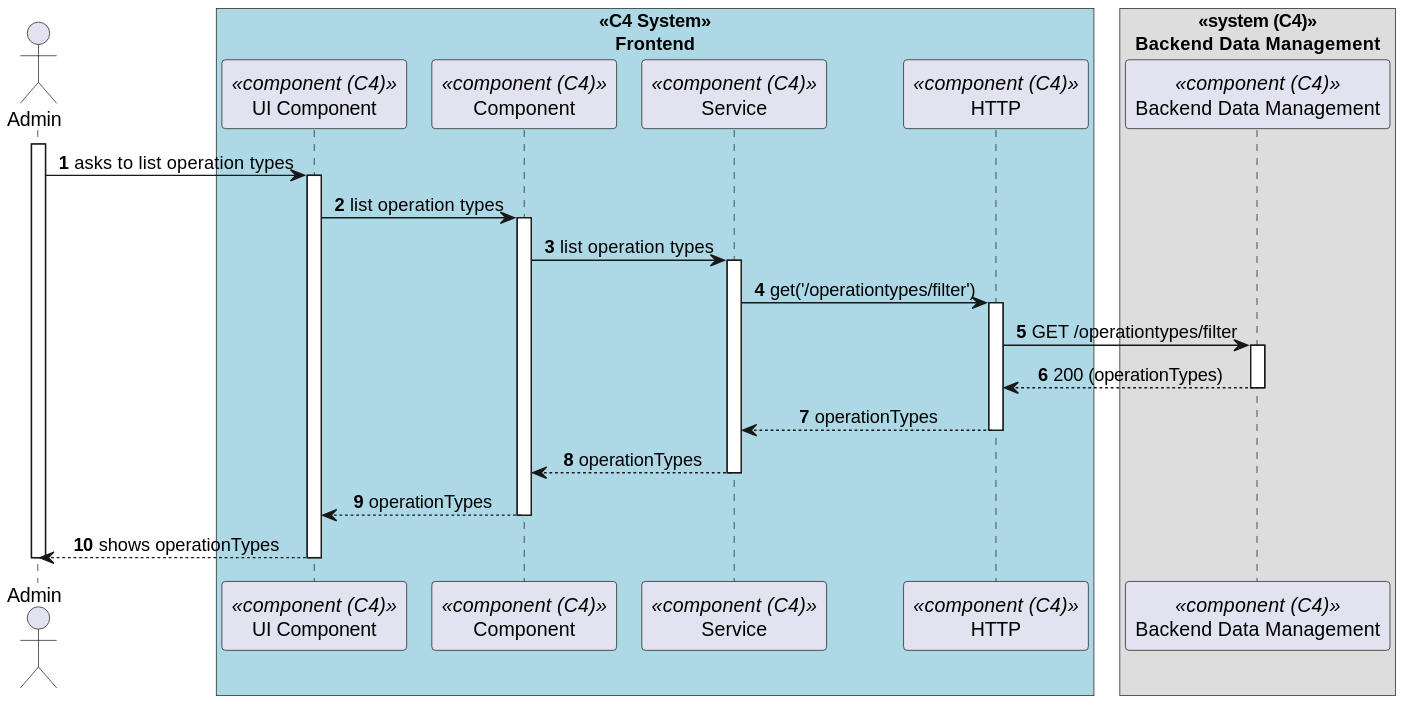
The PlantUML diagram docs/sprint-b/us-6.2.21/views/level3/process-view.svg in 1220846/sem5pi-24-25-3ddg20, before a commit. The source it was exported from:
```plantuml
@startuml
autonumber
skinparam DefaultTextAlignment center
actor Admin as "Admin"
box "<<C4 System>>\nFrontend"#LightBlue
    participant ComponentUI as "UI Component" <<component (C4)>>
    participant Component as "Component" <<component (C4)>>
    participant SRV as "Service" <<component (C4)>>
    participant HTTP as "HTTP" <<component (C4)>>
end box

box "<<system (C4)>>\nBackend Data Management"
  participant BackendDataManagement as "Backend Data Management" <<component (C4)>>
end box

activate Admin

    Admin -> ComponentUI : asks to list operation types

    activate ComponentUI

        ComponentUI -> Component : list operation types

        activate Component

            Component -> SRV : list operation types
            activate SRV

                SRV -> HTTP : get('/operationtypes/filter')

                activate HTTP
                    HTTP -> BackendDataManagement : GET /operationtypes/filter

                    activate BackendDataManagement
                        BackendDataManagement --> HTTP : 200 (operationTypes)
                    deactivate BackendDataManagement

                    HTTP --> SRV : operationTypes

                deactivate HTTP

                SRV --> Component : operationTypes
            deactivate SRV

            Component --> ComponentUI : operationTypes
        deactivate Component

    Admin <-- ComponentUI : shows operationTypes
    deactivate ComponentUI

deactivate Admin
@enduml
```
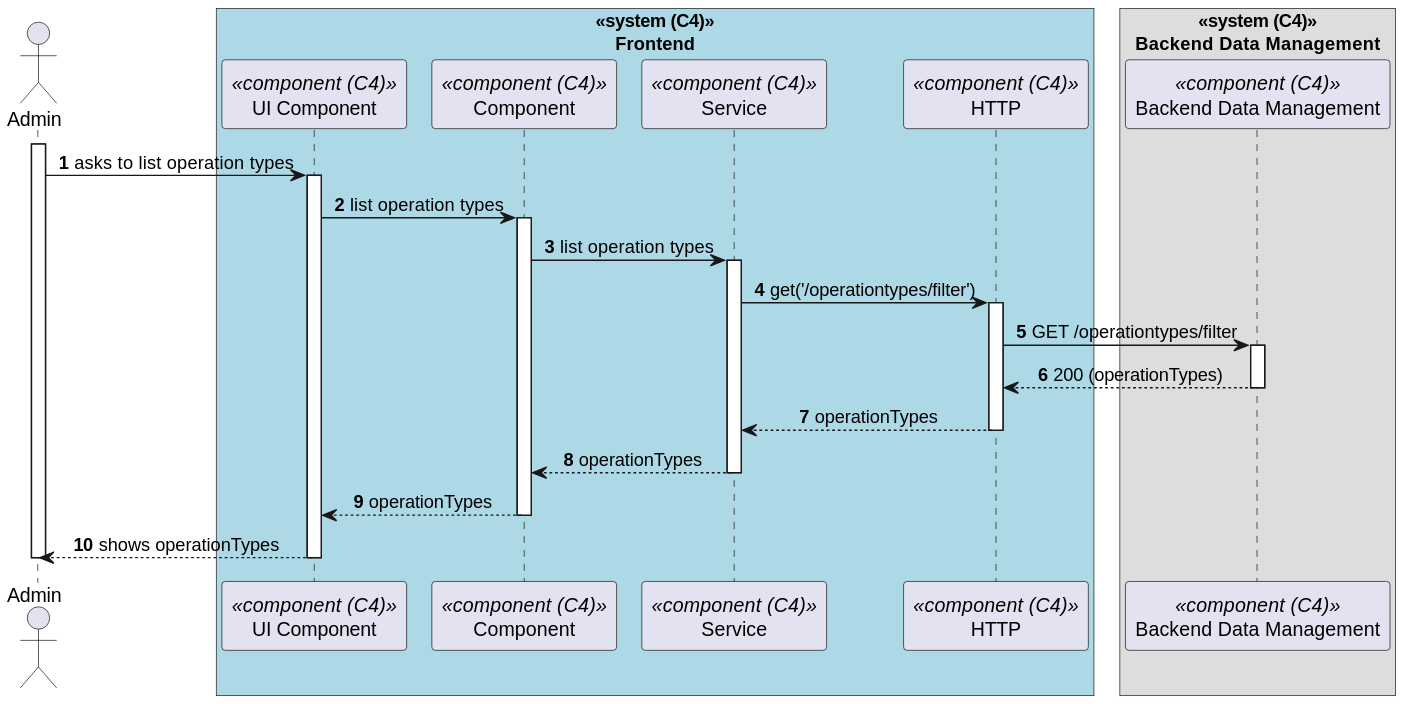
The same file after the commit.

Commit message:
docs: update views level 3 #62

Change to the diagram source:
```diff
@@ -2,7 +2,7 @@
 autonumber
 skinparam DefaultTextAlignment center
 actor Admin as "Admin"
-box "<<C4 System>>\nFrontend"#LightBlue
+box "<<system (C4)>>\nFrontend"#LightBlue
     participant ComponentUI as "UI Component" <<component (C4)>>
     participant Component as "Component" <<component (C4)>>
     participant SRV as "Service" <<component (C4)>>
```
